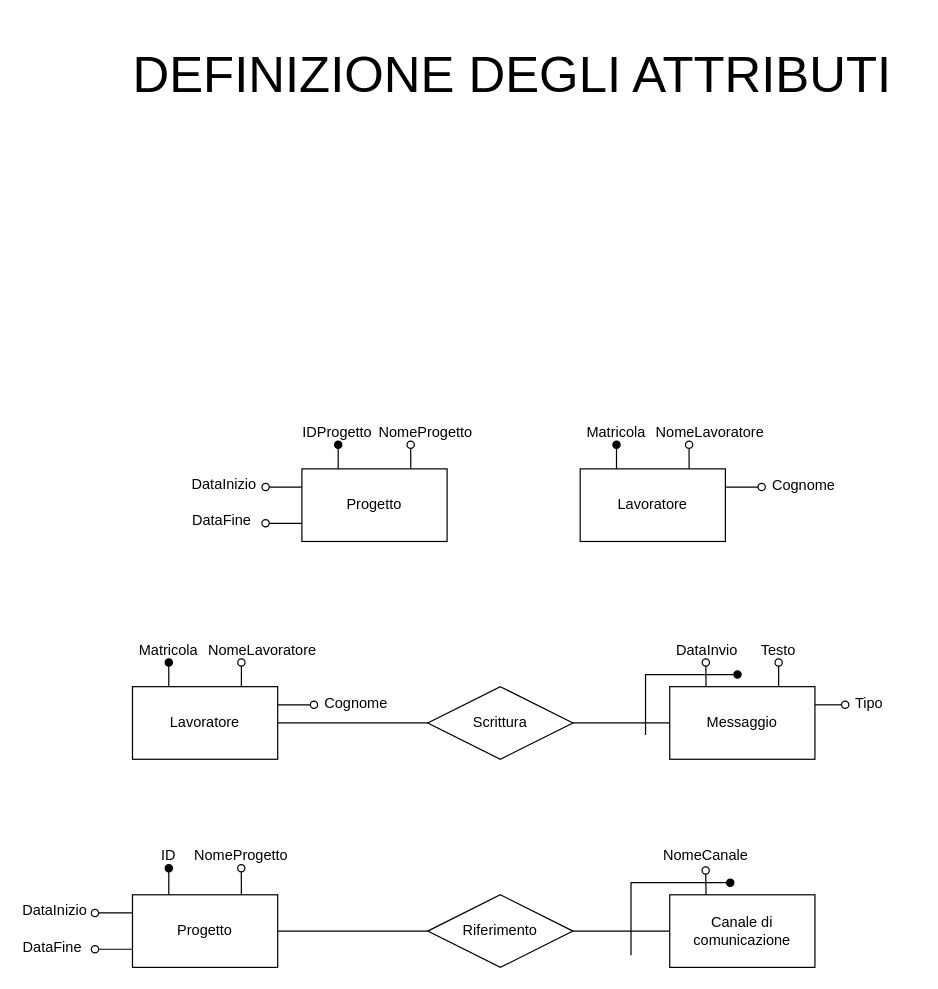
Earlier version of the draw.io diagram page "definizione-attributi" (2 of 4) of Relazione/Schema ER/scheletro.drawio (martafra/BD-Chat-Multicanale). Source tidied: cells renumbered, new cells numbered last; positions are measured from the earlier drawing's top-left corner, leaving out a move shared by most shapes. Both pictures are drawn from the tidied source at 121%, with x=0, y=0 at pixel (21, 21).
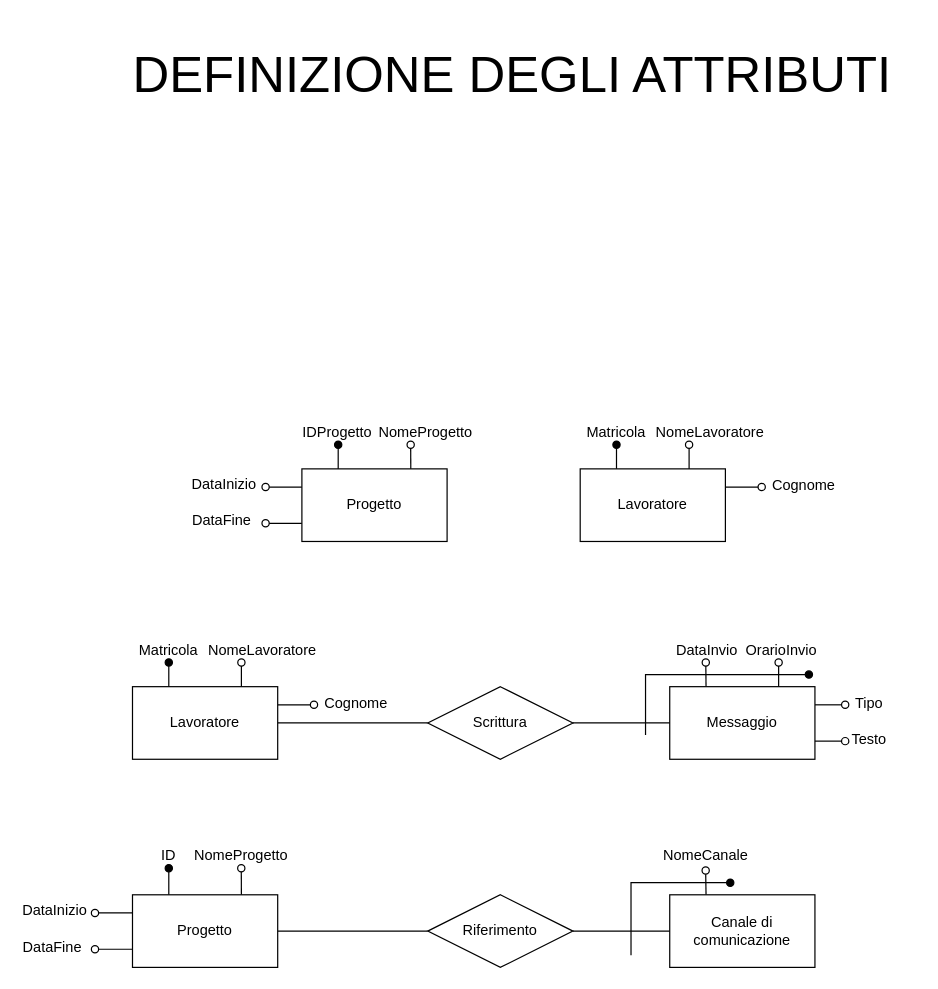
After the change.

The change refers to these unchanged cells:
```xml
<mxCell id="23" value="Messaggio" style="rounded=0;whiteSpace=wrap;html=1;" parent="1" vertex="1">
  <mxGeometry x="536" y="550" width="120" height="60" as="geometry" />
</mxCell>
```

The edit, as a diff of the source:
```diff
@@
-    <mxCell id="26" value="Testo" style="text;html=1;strokeColor=none;fillColor=none;align=center;verticalAlign=middle;whiteSpace=wrap;rounded=0;" parent="1" vertex="1">
-      <mxGeometry x="606" y="510" width="40" height="20" as="geometry" />
+    <mxCell id="26" value="OrarioInvio" style="text;html=1;strokeColor=none;fillColor=none;align=center;verticalAlign=middle;whiteSpace=wrap;rounded=0;" parent="1" vertex="1">
+      <mxGeometry x="601" y="510" width="55" height="20" as="geometry" />
     </mxCell>
@@
     <mxCell id="28" style="edgeStyle=orthogonalEdgeStyle;rounded=0;orthogonalLoop=1;jettySize=auto;html=1;endArrow=oval;endFill=1;" parent="1" edge="1">
       <mxGeometry relative="1" as="geometry">
         <mxPoint x="516" y="590" as="sourcePoint" />
-        <mxPoint x="592" y="540" as="targetPoint" />
+        <mxPoint x="651" y="540" as="targetPoint" />
         <Array as="points">
           <mxPoint x="516" y="540" />
         </Array>
       </mxGeometry>
     </mxCell>
@@
+    <mxCell id="53" style="edgeStyle=orthogonalEdgeStyle;rounded=0;jettySize=auto;html=1;exitX=1;exitY=0.75;exitDx=0;exitDy=0;endArrow=oval;endFill=0;" parent="1" edge="1" source="23">
+      <mxGeometry relative="1" as="geometry">
+        <mxPoint x="681" y="595" as="targetPoint" />
+      </mxGeometry>
+    </mxCell>
+    <mxCell id="54" value="Testo" style="text;html=1;strokeColor=none;fillColor=none;align=center;verticalAlign=middle;whiteSpace=wrap;rounded=0;" parent="1" vertex="1">
+      <mxGeometry x="686" y="584" width="30" height="20" as="geometry" />
+    </mxCell>
```
